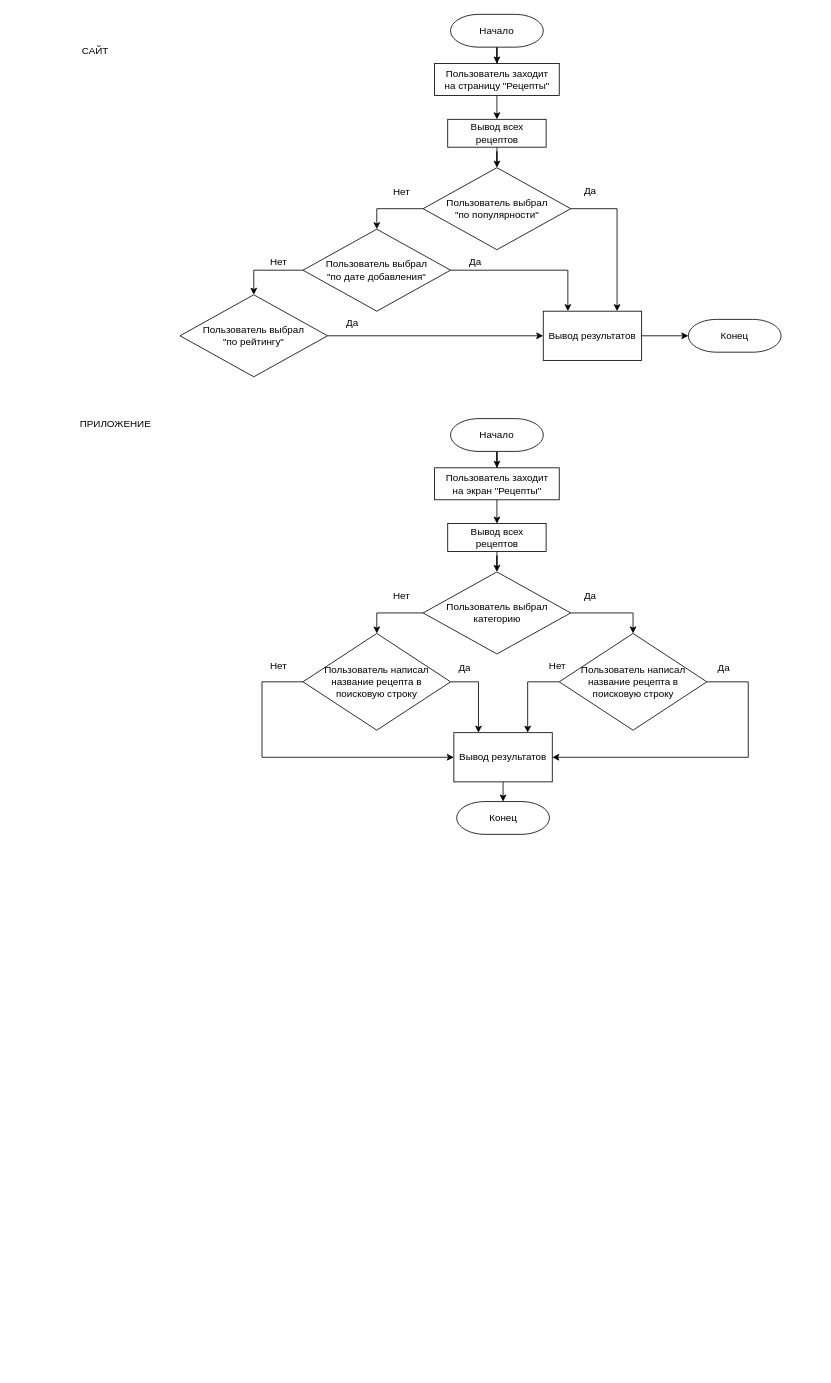
Before: page "Base 1.2" (5 of 17) of img/Диаграмма без названия.drawio in Discordiks/Pink_girls, a draw.io diagram. Source tidied: cells renumbered, new cells numbered last; positions are measured from the earlier drawing's top-left corner, leaving out a move shared by most shapes. Both pictures are drawn from the tidied source at 82%, with x=0, y=0 at pixel (71, 14).
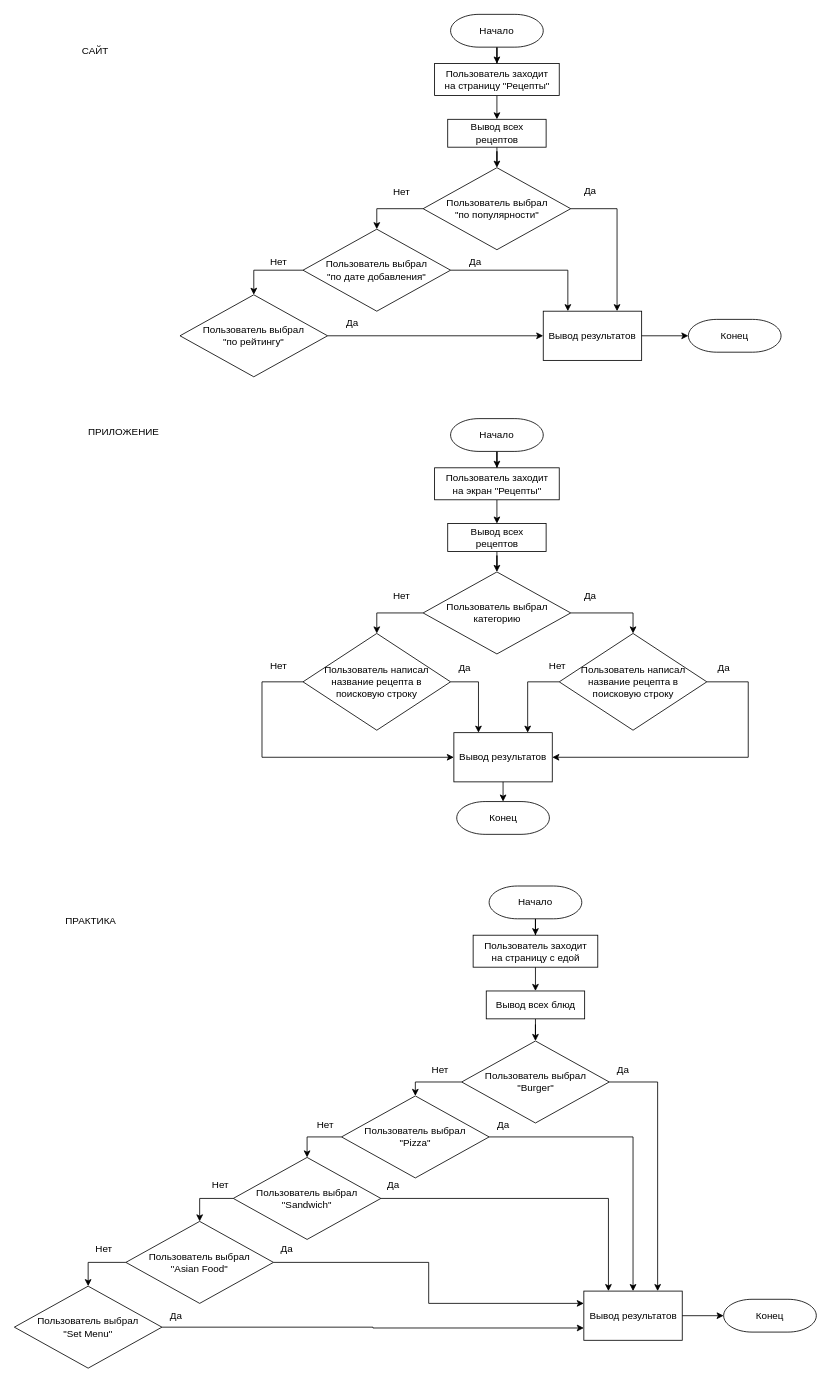
After the change.

What changed in the source:
```diff
@@
-    <mxCell id="25" value="ПРИЛОЖЕНИЕ" style="text;html=1;align=center;verticalAlign=middle;whiteSpace=wrap;rounded=0;" parent="1" vertex="1">
-      <mxGeometry x="5" y="485" width="99" height="30" as="geometry" />
+    <mxCell id="25" value="ПРАКТИКА" style="text;html=1;align=center;verticalAlign=middle;whiteSpace=wrap;rounded=0;" parent="1" vertex="1">
+      <mxGeometry x="-25" y="1091" width="99" height="30" as="geometry" />
     </mxCell>
@@
+    <mxCell id="50" style="edgeStyle=orthogonalEdgeStyle;rounded=0;jettySize=auto;html=1;entryX=0.5;entryY=0;entryDx=0;entryDy=0;" parent="1" edge="1" source="51" target="53">
+      <mxGeometry relative="1" as="geometry" />
+    </mxCell>
+    <mxCell id="51" value="Начало" style="strokeWidth=1;html=1;shape=mxgraph.flowchart.terminator;whiteSpace=wrap;" parent="1" vertex="1">
+      <mxGeometry x="510" y="1063" width="113" height="40" as="geometry" />
+    </mxCell>
+    <mxCell id="52" style="edgeStyle=orthogonalEdgeStyle;rounded=0;jettySize=auto;html=1;exitX=0.5;exitY=1;exitDx=0;exitDy=0;entryX=0.5;entryY=0;entryDx=0;entryDy=0;" parent="1" edge="1" source="53" target="55">
+      <mxGeometry relative="1" as="geometry" />
+    </mxCell>
+    <mxCell id="53" value="&lt;div&gt;Пользователь заходит&lt;/div&gt;&lt;div&gt;на страницу с едой&lt;/div&gt;" style="rounded=0;whiteSpace=wrap;html=1;" parent="1" vertex="1">
+      <mxGeometry x="490.5" y="1123" width="152" height="39" as="geometry" />
+    </mxCell>
+    <mxCell id="54" style="edgeStyle=orthogonalEdgeStyle;rounded=0;jettySize=auto;html=1;entryX=0.5;entryY=0;entryDx=0;entryDy=0;" parent="1" edge="1" source="55" target="58">
+      <mxGeometry relative="1" as="geometry" />
+    </mxCell>
+    <mxCell id="55" value="Вывод всех блюд" style="rounded=0;whiteSpace=wrap;html=1;" parent="1" vertex="1">
+      <mxGeometry x="506.5" y="1191" width="120" height="34" as="geometry" />
+    </mxCell>
+    <mxCell id="56" style="edgeStyle=orthogonalEdgeStyle;rounded=0;jettySize=auto;html=1;entryX=0.5;entryY=0;entryDx=0;entryDy=0;exitX=0;exitY=0.5;exitDx=0;exitDy=0;" parent="1" edge="1" source="58" target="61">
+      <mxGeometry relative="1" as="geometry">
+        <Array as="points">
+          <mxPoint x="420" y="1302" />
+        </Array>
+      </mxGeometry>
+    </mxCell>
+    <mxCell id="57" style="edgeStyle=orthogonalEdgeStyle;rounded=0;jettySize=auto;html=1;entryX=0.75;entryY=0;entryDx=0;entryDy=0;exitX=1;exitY=0.5;exitDx=0;exitDy=0;" parent="1" edge="1" source="58" target="65">
+      <mxGeometry relative="1" as="geometry" />
+    </mxCell>
+    <mxCell id="58" value="&lt;div&gt;Пользователь выбрал&lt;/div&gt;&lt;div&gt;&quot;Burger&quot;&lt;/div&gt;" style="rhombus;whiteSpace=wrap;html=1;" parent="1" vertex="1">
+      <mxGeometry x="476.5" y="1252" width="180" height="100" as="geometry" />
+    </mxCell>
+    <mxCell id="59" style="edgeStyle=orthogonalEdgeStyle;rounded=0;jettySize=auto;html=1;exitX=0;exitY=0.5;exitDx=0;exitDy=0;entryX=0.5;entryY=0;entryDx=0;entryDy=0;" parent="1" edge="1" source="61" target="64">
+      <mxGeometry relative="1" as="geometry" />
+    </mxCell>
+    <mxCell id="60" style="edgeStyle=orthogonalEdgeStyle;rounded=0;jettySize=auto;html=1;entryX=0.5;entryY=0;entryDx=0;entryDy=0;" parent="1" edge="1" source="61" target="65">
+      <mxGeometry relative="1" as="geometry" />
+    </mxCell>
+    <mxCell id="61" value="&lt;div&gt;Пользователь выбрал&lt;/div&gt;&lt;div&gt;&quot;Pizza&quot;&lt;/div&gt;" style="rhombus;whiteSpace=wrap;html=1;" parent="1" vertex="1">
+      <mxGeometry x="330" y="1319" width="180" height="100" as="geometry" />
+    </mxCell>
+    <mxCell id="62" style="edgeStyle=orthogonalEdgeStyle;rounded=0;jettySize=auto;html=1;exitX=1;exitY=0.5;exitDx=0;exitDy=0;entryX=0.25;entryY=0;entryDx=0;entryDy=0;" parent="1" edge="1" source="64" target="65">
+      <mxGeometry relative="1" as="geometry" />
+    </mxCell>
+    <mxCell id="63" style="edgeStyle=orthogonalEdgeStyle;rounded=0;jettySize=auto;html=1;entryX=0.5;entryY=0;entryDx=0;entryDy=0;exitX=0;exitY=0.5;exitDx=0;exitDy=0;" parent="1" edge="1" source="64" target="76">
+      <mxGeometry relative="1" as="geometry" />
+    </mxCell>
+    <mxCell id="64" value="&lt;div&gt;Пользователь выбрал&lt;/div&gt;&lt;div&gt;&quot;Sandwich&quot;&lt;/div&gt;" style="rhombus;whiteSpace=wrap;html=1;" parent="1" vertex="1">
+      <mxGeometry x="198" y="1394" width="180" height="100" as="geometry" />
+    </mxCell>
+    <mxCell id="65" value="Вывод результатов" style="rounded=0;whiteSpace=wrap;html=1;" parent="1" vertex="1">
+      <mxGeometry x="625.5" y="1557" width="120" height="60" as="geometry" />
+    </mxCell>
+    <mxCell id="66" value="Нет" style="text;html=1;align=center;verticalAlign=middle;strokeColor=none;fillColor=none;" parent="1" vertex="1">
+      <mxGeometry x="429.5" y="1272" width="40" height="30" as="geometry" />
+    </mxCell>
+    <mxCell id="67" value="Нет" style="text;html=1;align=center;verticalAlign=middle;strokeColor=none;fillColor=none;" parent="1" vertex="1">
+      <mxGeometry x="290" y="1339" width="40" height="30" as="geometry" />
+    </mxCell>
+    <mxCell id="68" value="Конец" style="strokeWidth=1;html=1;shape=mxgraph.flowchart.terminator;whiteSpace=wrap;" parent="1" vertex="1">
+      <mxGeometry x="796" y="1567" width="113" height="40" as="geometry" />
+    </mxCell>
+    <mxCell id="69" style="edgeStyle=orthogonalEdgeStyle;rounded=0;jettySize=auto;html=1;entryX=0;entryY=0.5;entryDx=0;entryDy=0;entryPerimeter=0;" parent="1" edge="1" source="65" target="68">
+      <mxGeometry relative="1" as="geometry" />
+    </mxCell>
+    <mxCell id="70" value="Да" style="text;html=1;align=center;verticalAlign=middle;strokeColor=none;fillColor=none;" parent="1" vertex="1">
+      <mxGeometry x="653" y="1272" width="40" height="30" as="geometry" />
+    </mxCell>
+    <mxCell id="71" value="Да" style="text;html=1;align=center;verticalAlign=middle;strokeColor=none;fillColor=none;" parent="1" vertex="1">
+      <mxGeometry x="507" y="1339" width="40" height="30" as="geometry" />
+    </mxCell>
+    <mxCell id="72" value="Да" style="text;html=1;align=center;verticalAlign=middle;strokeColor=none;fillColor=none;" parent="1" vertex="1">
+      <mxGeometry x="373" y="1413" width="40" height="30" as="geometry" />
+    </mxCell>
+    <mxCell id="73" value="ПРИЛОЖЕНИЕ" style="text;html=1;align=center;verticalAlign=middle;whiteSpace=wrap;rounded=0;" parent="1" vertex="1">
+      <mxGeometry x="15" y="495" width="99" height="30" as="geometry" />
+    </mxCell>
+    <mxCell id="74" style="edgeStyle=orthogonalEdgeStyle;rounded=0;jettySize=auto;html=1;exitX=0;exitY=0.5;exitDx=0;exitDy=0;entryX=0.5;entryY=0;entryDx=0;entryDy=0;" parent="1" edge="1" source="76" target="78">
+      <mxGeometry relative="1" as="geometry" />
+    </mxCell>
+    <mxCell id="75" style="edgeStyle=orthogonalEdgeStyle;rounded=0;jettySize=auto;html=1;exitX=1;exitY=0.5;exitDx=0;exitDy=0;entryX=0;entryY=0.25;entryDx=0;entryDy=0;" parent="1" edge="1" source="76" target="65">
+      <mxGeometry relative="1" as="geometry" />
+    </mxCell>
+    <mxCell id="76" value="&lt;div&gt;Пользователь выбрал&lt;/div&gt;&lt;div&gt;&quot;Asian Food&quot;&lt;/div&gt;" style="rhombus;whiteSpace=wrap;html=1;" parent="1" vertex="1">
+      <mxGeometry x="67" y="1472" width="180" height="100" as="geometry" />
+    </mxCell>
+    <mxCell id="77" style="edgeStyle=orthogonalEdgeStyle;rounded=0;jettySize=auto;html=1;exitX=1;exitY=0.5;exitDx=0;exitDy=0;entryX=0;entryY=0.75;entryDx=0;entryDy=0;" parent="1" edge="1" source="78" target="65">
+      <mxGeometry relative="1" as="geometry" />
+    </mxCell>
+    <mxCell id="78" value="&lt;div&gt;Пользователь выбрал&lt;/div&gt;&lt;div&gt;&quot;Set Menu&quot;&lt;/div&gt;" style="rhombus;whiteSpace=wrap;html=1;" parent="1" vertex="1">
+      <mxGeometry x="-69" y="1551" width="180" height="100" as="geometry" />
+    </mxCell>
+    <mxCell id="79" value="Нет" style="text;html=1;align=center;verticalAlign=middle;strokeColor=none;fillColor=none;" parent="1" vertex="1">
+      <mxGeometry x="162" y="1413" width="40" height="30" as="geometry" />
+    </mxCell>
+    <mxCell id="80" value="Да" style="text;html=1;align=center;verticalAlign=middle;strokeColor=none;fillColor=none;" parent="1" vertex="1">
+      <mxGeometry x="243" y="1491" width="40" height="30" as="geometry" />
+    </mxCell>
+    <mxCell id="81" value="Нет" style="text;html=1;align=center;verticalAlign=middle;strokeColor=none;fillColor=none;" parent="1" vertex="1">
+      <mxGeometry x="20" y="1491" width="40" height="30" as="geometry" />
+    </mxCell>
+    <mxCell id="82" value="Да" style="text;html=1;align=center;verticalAlign=middle;strokeColor=none;fillColor=none;" parent="1" vertex="1">
+      <mxGeometry x="108" y="1572" width="40" height="30" as="geometry" />
+    </mxCell>
```
